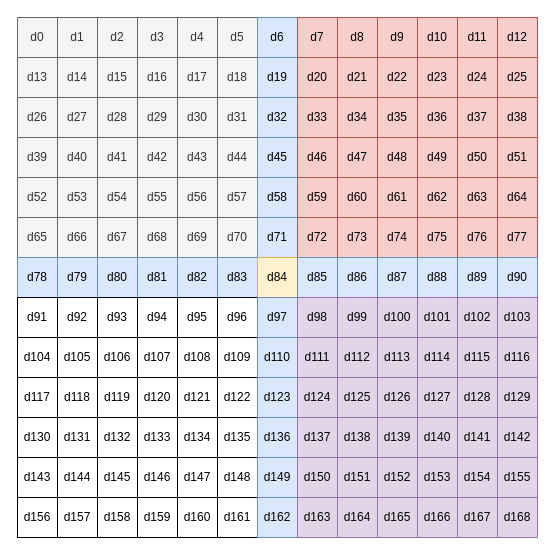
Hieuueihm/Thesis keeps this draw.io diagram as Draw/DataModulateModules/DataModulate13x13.drawio. Above is the earlier version. Source tidied: cells renumbered, new cells numbered last; positions are measured from the earlier drawing's top-left corner, leaving out a move shared by most shapes. Both pictures are drawn from the tidied source at 100%, with x=0, y=0 at pixel (17, 17).
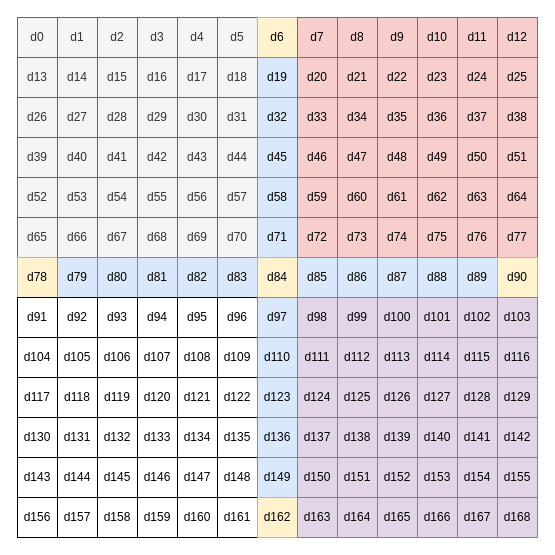
Above is the later version.

The edit, as a diff of the source:
```diff
@@
-    <mxCell id="8" value="d6" style="rounded=0;whiteSpace=wrap;html=1;fillColor=#dae8fc;strokeColor=#6c8ebf;" parent="1" vertex="1">
+    <mxCell id="8" value="d6" style="rounded=0;whiteSpace=wrap;html=1;fillColor=#fff2cc;strokeColor=#d6b656;" parent="1" vertex="1">
       <mxGeometry x="240" width="40" height="40" as="geometry" />
     </mxCell>
@@
-    <mxCell id="80" value="d78" style="rounded=0;whiteSpace=wrap;html=1;fillColor=#dae8fc;strokeColor=#6c8ebf;" parent="1" vertex="1">
+    <mxCell id="80" value="d78" style="rounded=0;whiteSpace=wrap;html=1;fillColor=#fff2cc;strokeColor=#d6b656;" parent="1" vertex="1">
       <mxGeometry y="240" width="40" height="40" as="geometry" />
     </mxCell>
@@
-    <mxCell id="92" value="d90" style="rounded=0;whiteSpace=wrap;html=1;fillColor=#dae8fc;strokeColor=#6c8ebf;" parent="1" vertex="1">
+    <mxCell id="92" value="d90" style="rounded=0;whiteSpace=wrap;html=1;fillColor=#fff2cc;strokeColor=#d6b656;" parent="1" vertex="1">
       <mxGeometry x="480" y="240" width="40" height="40" as="geometry" />
     </mxCell>
@@
-    <mxCell id="164" value="d162" style="rounded=0;whiteSpace=wrap;html=1;fillColor=#dae8fc;strokeColor=#6c8ebf;" parent="1" vertex="1">
+    <mxCell id="164" value="d162" style="rounded=0;whiteSpace=wrap;html=1;fillColor=#fff2cc;strokeColor=#d6b656;" parent="1" vertex="1">
       <mxGeometry x="240" y="480" width="40" height="40" as="geometry" />
     </mxCell>
```
